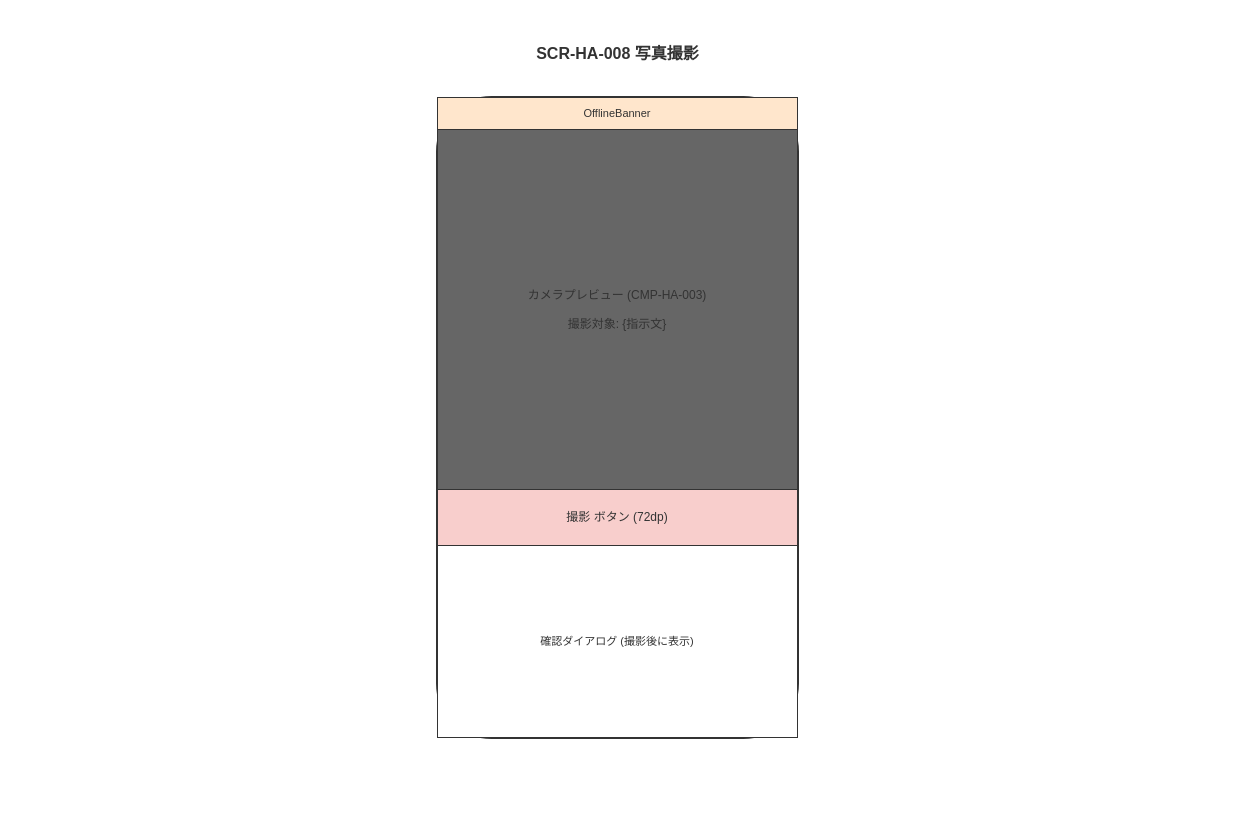
The draw.io diagram docs/04_概要設計/03_画面設計/img/fig_des_screen_ha_008.drawio in RyuheiKiso/work-navigation-app, before the edit. Source tidied: cells renumbered, new cells numbered last; positions are measured from the earlier drawing's top-left corner, leaving out a move shared by most shapes. Both pictures are drawn from the tidied source at 100%, with x=0, y=0 at pixel (17, 17).
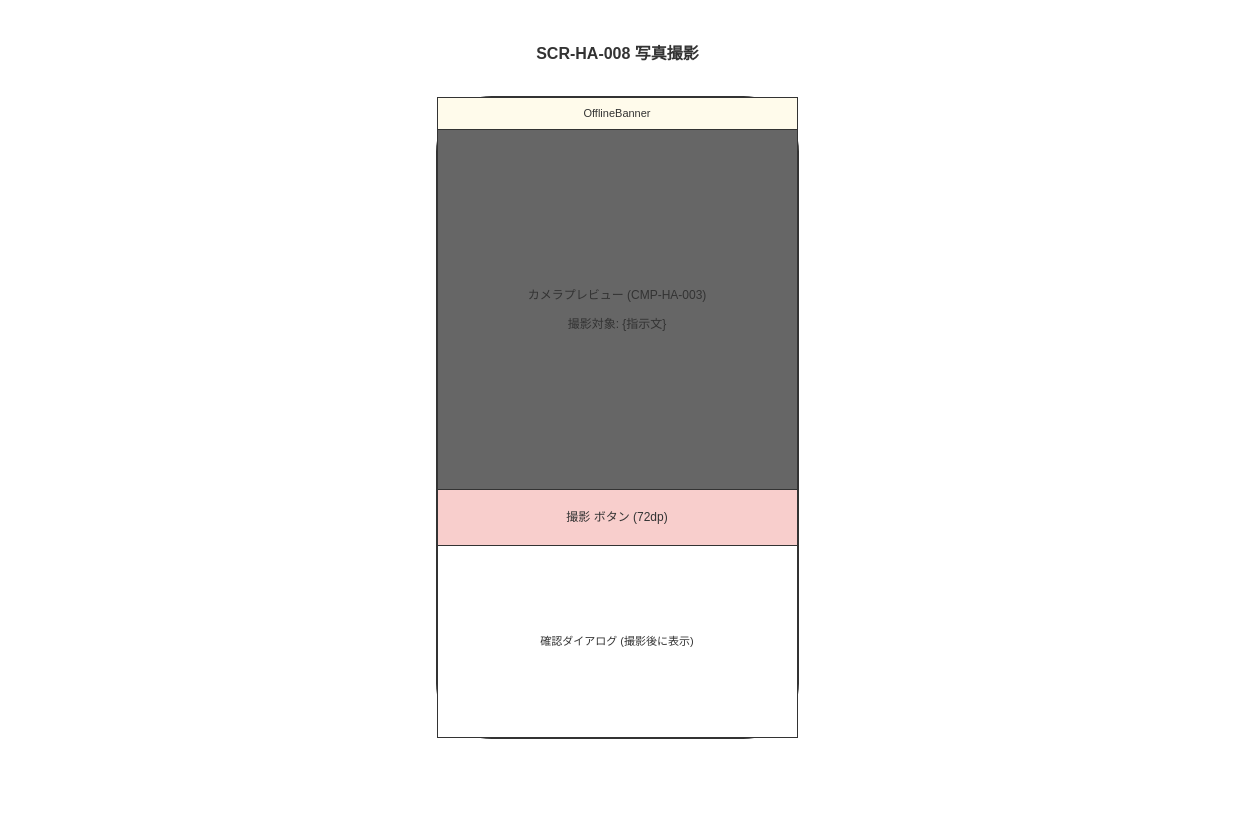
After the change.

The edit, as a diff of the source:
```diff
@@
 <mxGraphModel background="#FFFFFF">
   <root>
     <mxCell id="0" />
     <mxCell id="1" parent="0" />
     <mxCell id="2" style="rounded=0;whiteSpace=wrap;html=1;fillColor=#FFFFFF;strokeColor=none;" parent="1" vertex="1">
       <mxGeometry width="1200" height="800" as="geometry" />
     </mxCell>
     <mxCell id="3" value="SCR-HA-008 写真撮影" style="text;html=1;fontFamily=Helvetica;fontSize=16;fontStyle=1;align=center;verticalAlign=middle;fillColor=none;strokeColor=none;fontColor=#333333;" parent="1" vertex="1">
       <mxGeometry x="420" y="20" width="360" height="32" as="geometry" />
     </mxCell>
-    <mxCell id="4" style="rounded=1;whiteSpace=wrap;html=1;fillColor=#f5f5f5;strokeColor=#333333;strokeWidth=3;" parent="1" vertex="1">
+    <mxCell id="4" style="rounded=1;whiteSpace=wrap;html=1;fillColor=#F8FAFC;strokeColor=#333333;strokeWidth=3;" parent="1" vertex="1">
       <mxGeometry x="420" y="80" width="360" height="640" as="geometry" />
     </mxCell>
-    <mxCell id="5" value="OfflineBanner" style="rounded=0;whiteSpace=wrap;html=1;fillColor=#ffe6cc;strokeColor=#333333;fontSize=11;fontColor=#333333;" parent="1" vertex="1">
+    <mxCell id="5" value="OfflineBanner" style="rounded=0;whiteSpace=wrap;html=1;fillColor=#FFFBEB;strokeColor=#333333;fontSize=11;fontColor=#333333;" parent="1" vertex="1">
       <mxGeometry x="420" y="80" width="360" height="32" as="geometry" />
     </mxCell>
     <mxCell id="6" value="カメラプレビュー (CMP-HA-003)&#10;&#10;撮影対象: {指示文}" style="rounded=0;whiteSpace=wrap;html=1;fillColor=#666666;strokeColor=#333333;fontSize=12;fontColor=#333333;" parent="1" vertex="1">
       <mxGeometry x="420" y="112" width="360" height="360" as="geometry" />
     </mxCell>
     <mxCell id="7" value="撮影 ボタン (72dp)" style="rounded=0;whiteSpace=wrap;html=1;fillColor=#f8cecc;strokeColor=#333333;fontSize=12;fontColor=#333333;" parent="1" vertex="1">
       <mxGeometry x="420" y="472" width="360" height="56" as="geometry" />
     </mxCell>
     <mxCell id="8" value="確認ダイアログ (撮影後に表示)" style="rounded=0;whiteSpace=wrap;html=1;fillColor=#FFFFFF;strokeColor=#333333;fontSize=11;fontColor=#333333;" parent="1" vertex="1">
       <mxGeometry x="420" y="528" width="360" height="192" as="geometry" />
     </mxCell>
   </root>
 </mxGraphModel>
```
